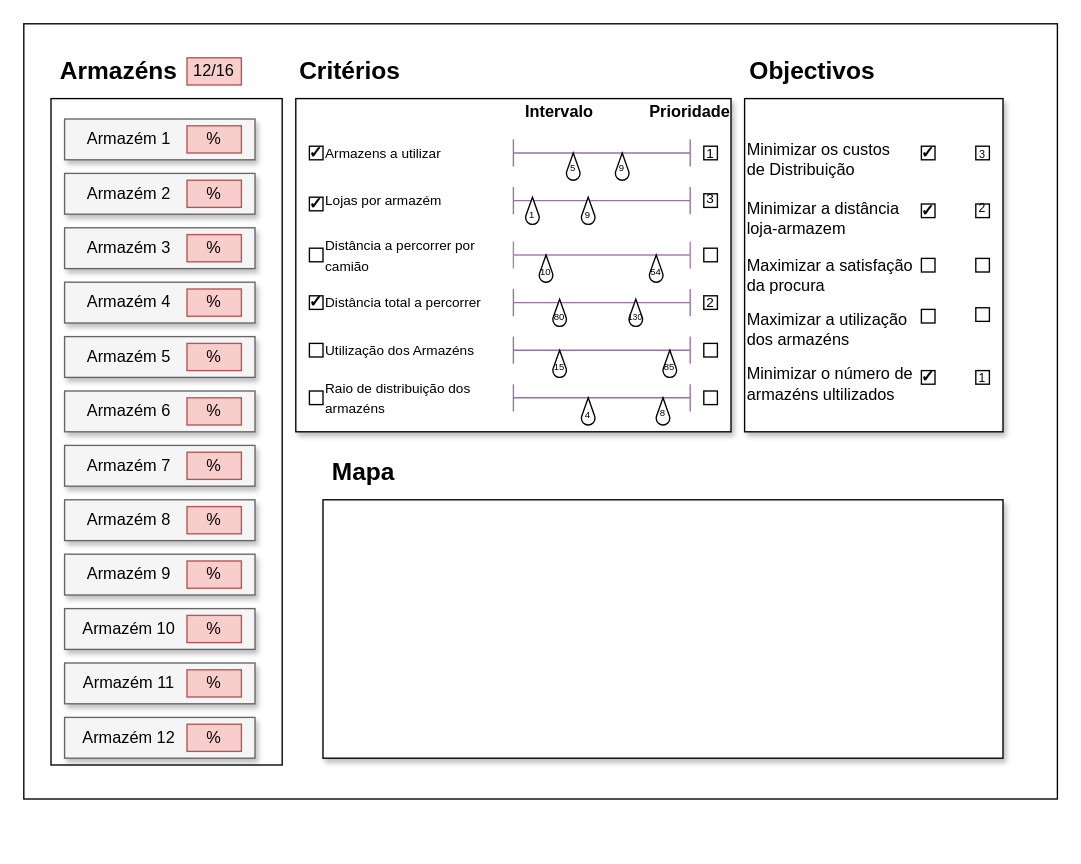
Above: page "Main screen" (1 of 2) of Untitled Diagram.drawio in ertykiko/SADE (draw.io), before the change. Source tidied: cells renumbered, new cells numbered last; positions are measured from the earlier drawing's top-left corner, leaving out a move shared by most shapes. Both pictures are drawn from the tidied source at 136%, with x=0, y=0 at pixel (23, 23).
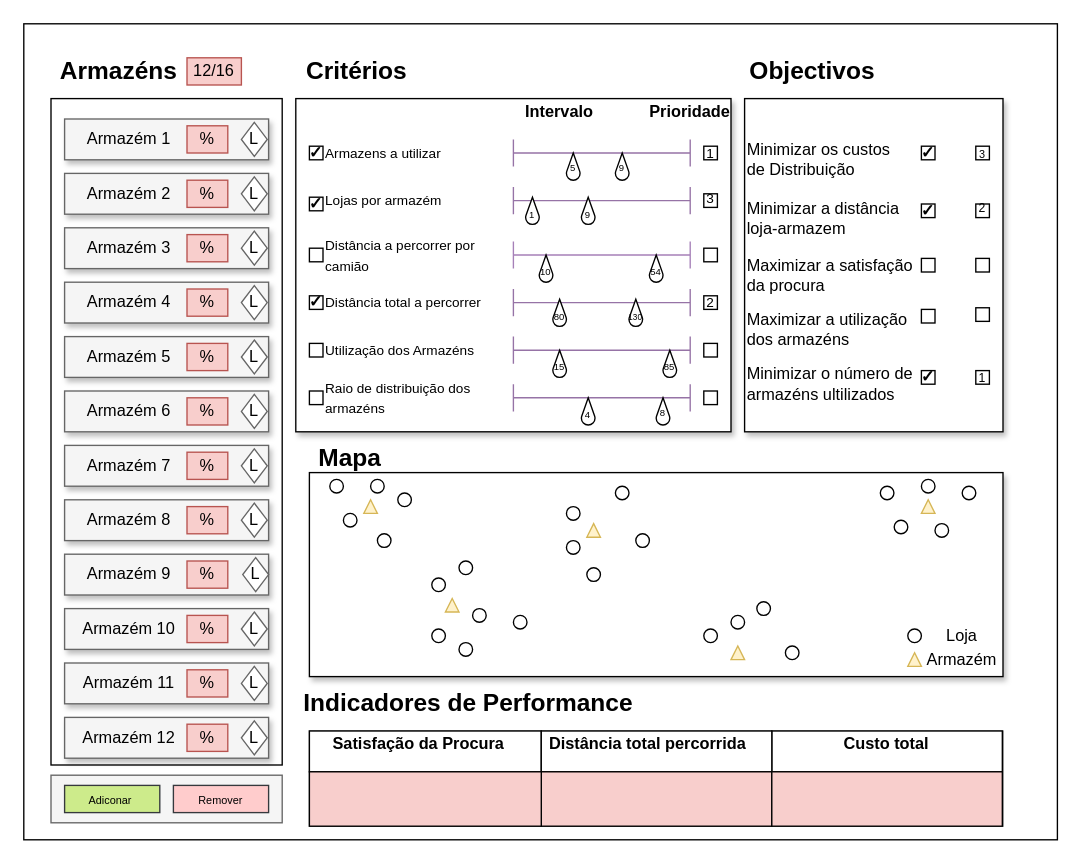
The same diagram, later.

Change to the diagram source:
```diff
@@
     <mxCell id="2" style="rounded=0;whiteSpace=wrap;html=1;" parent="1" vertex="1">
-      <mxGeometry width="760" height="570" as="geometry" />
+      <mxGeometry width="760" height="600" as="geometry" />
     </mxCell>
+    <mxCell id="119" style="rounded=0;whiteSpace=wrap;html=1;strokeColor=#666666;gradientColor=none;" parent="1" vertex="1">
+      <mxGeometry x="210" y="520" width="510" height="70" as="geometry" />
+    </mxCell>
+    <mxCell id="120" style="rounded=0;whiteSpace=wrap;html=1;" parent="1" vertex="1">
+      <mxGeometry x="210" y="520" width="170.5" height="30" as="geometry" />
+    </mxCell>
+    <mxCell id="121" style="rounded=0;whiteSpace=wrap;html=1;" parent="1" vertex="1">
+      <mxGeometry x="550" y="520" width="169.5" height="30" as="geometry" />
+    </mxCell>
+    <mxCell id="122" style="rounded=0;whiteSpace=wrap;html=1;" parent="1" vertex="1">
+      <mxGeometry x="380.5" y="520" width="169.5" height="30" as="geometry" />
+    </mxCell>
+    <mxCell id="123" style="rounded=0;whiteSpace=wrap;html=1;fillColor=#f5f5f5;strokeColor=#666666;" parent="1" vertex="1">
+      <mxGeometry x="20" y="552.5" width="170" height="35" as="geometry" />
+    </mxCell>
+    <mxCell id="124" style="rounded=0;whiteSpace=wrap;html=1;fillColor=#cdeb8b;strokeColor=#36393d;" parent="1" vertex="1">
+      <mxGeometry x="30" y="560" width="70" height="20" as="geometry" />
+    </mxCell>
+    <mxCell id="125" value="&lt;font style=&quot;font-size: 8px&quot;&gt;Adiconar&amp;nbsp;&lt;/font&gt;" style="text;html=1;strokeColor=none;fillColor=none;align=center;verticalAlign=middle;whiteSpace=wrap;rounded=0;" parent="1" vertex="1">
+      <mxGeometry x="30" y="560" width="70" height="20" as="geometry" />
+    </mxCell>
@@
     <mxCell id="4" style="rounded=0;whiteSpace=wrap;html=1;fillColor=#f5f5f5;strokeColor=#666666;fontColor=#333333;shadow=1;" parent="1" vertex="1">
-      <mxGeometry x="30" y="110" width="140" height="30" as="geometry" />
+      <mxGeometry x="30" y="110" width="150" height="30" as="geometry" />
     </mxCell>
     <mxCell id="5" style="rounded=0;whiteSpace=wrap;html=1;fillColor=#f5f5f5;strokeColor=#666666;fontColor=#333333;shadow=1;" parent="1" vertex="1">
-      <mxGeometry x="30" y="150" width="140" height="30" as="geometry" />
+      <mxGeometry x="30" y="150" width="150" height="30" as="geometry" />
     </mxCell>
     <mxCell id="6" style="rounded=0;whiteSpace=wrap;html=1;fillColor=#f5f5f5;strokeColor=#666666;fontColor=#333333;shadow=1;" parent="1" vertex="1">
-      <mxGeometry x="30" y="190" width="140" height="30" as="geometry" />
+      <mxGeometry x="30" y="190" width="150" height="30" as="geometry" />
     </mxCell>
     <mxCell id="7" style="rounded=0;whiteSpace=wrap;html=1;fillColor=#f5f5f5;strokeColor=#666666;fontColor=#333333;shadow=1;" parent="1" vertex="1">
-      <mxGeometry x="30" y="230" width="140" height="30" as="geometry" />
+      <mxGeometry x="30" y="230" width="150" height="30" as="geometry" />
     </mxCell>
     <mxCell id="8" style="rounded=0;whiteSpace=wrap;html=1;fillColor=#f5f5f5;strokeColor=#666666;fontColor=#333333;shadow=1;" parent="1" vertex="1">
-      <mxGeometry x="30" y="310" width="140" height="30" as="geometry" />
+      <mxGeometry x="30" y="310" width="150" height="30" as="geometry" />
     </mxCell>
     <mxCell id="9" style="rounded=0;whiteSpace=wrap;html=1;fillColor=#f5f5f5;strokeColor=#666666;fontColor=#333333;shadow=1;" parent="1" vertex="1">
-      <mxGeometry x="30" y="270" width="140" height="30" as="geometry" />
+      <mxGeometry x="30" y="270" width="150" height="30" as="geometry" />
     </mxCell>
     <mxCell id="10" style="rounded=0;whiteSpace=wrap;html=1;fillColor=#f5f5f5;strokeColor=#666666;fontColor=#333333;shadow=1;" parent="1" vertex="1">
-      <mxGeometry x="30" y="70" width="140" height="30" as="geometry" />
+      <mxGeometry x="30" y="70" width="150" height="30" as="geometry" />
     </mxCell>
@@
     <mxCell id="18" value="&lt;div align=&quot;left&quot;&gt;&lt;br&gt;&lt;/div&gt;" style="rounded=0;whiteSpace=wrap;html=1;fillColor=#f5f5f5;strokeColor=#666666;fontColor=#333333;shadow=1;" parent="1" vertex="1">
-      <mxGeometry x="30" y="350" width="140" height="30" as="geometry" />
+      <mxGeometry x="30" y="350" width="150" height="30" as="geometry" />
     </mxCell>
     <mxCell id="19" style="rounded=0;whiteSpace=wrap;html=1;fillColor=#f5f5f5;strokeColor=#666666;fontColor=#333333;shadow=1;" parent="1" vertex="1">
-      <mxGeometry x="30" y="390" width="140" height="30" as="geometry" />
+      <mxGeometry x="30" y="390" width="150" height="30" as="geometry" />
     </mxCell>
     <mxCell id="20" style="rounded=0;whiteSpace=wrap;html=1;fillColor=#f5f5f5;strokeColor=#666666;fontColor=#333333;shadow=1;" parent="1" vertex="1">
-      <mxGeometry x="30" y="430" width="140" height="30" as="geometry" />
+      <mxGeometry x="30" y="430" width="150" height="30" as="geometry" />
     </mxCell>
     <mxCell id="21" style="rounded=0;whiteSpace=wrap;html=1;fillColor=#f5f5f5;strokeColor=#666666;fontColor=#333333;shadow=1;" parent="1" vertex="1">
-      <mxGeometry x="30" y="470" width="140" height="30" as="geometry" />
+      <mxGeometry x="30" y="470" width="150" height="30" as="geometry" />
     </mxCell>
@@
     <mxCell id="26" value="%" style="text;html=1;strokeColor=#b85450;fillColor=#f8cecc;align=center;verticalAlign=middle;whiteSpace=wrap;rounded=0;" parent="1" vertex="1">
-      <mxGeometry x="120" y="75" width="40" height="20" as="geometry" />
+      <mxGeometry x="120" y="75" width="30" height="20" as="geometry" />
     </mxCell>
     <mxCell id="27" value="%" style="text;html=1;strokeColor=#b85450;fillColor=#f8cecc;align=center;verticalAlign=middle;whiteSpace=wrap;rounded=0;" parent="1" vertex="1">
-      <mxGeometry x="120" y="115" width="40" height="20" as="geometry" />
+      <mxGeometry x="120" y="115" width="30" height="20" as="geometry" />
     </mxCell>
     <mxCell id="28" value="%" style="text;html=1;strokeColor=#b85450;fillColor=#f8cecc;align=center;verticalAlign=middle;whiteSpace=wrap;rounded=0;" parent="1" vertex="1">
-      <mxGeometry x="120" y="155" width="40" height="20" as="geometry" />
+      <mxGeometry x="120" y="155" width="30" height="20" as="geometry" />
     </mxCell>
     <mxCell id="29" value="%" style="text;html=1;strokeColor=#b85450;fillColor=#f8cecc;align=center;verticalAlign=middle;whiteSpace=wrap;rounded=0;" parent="1" vertex="1">
-      <mxGeometry x="120" y="195" width="40" height="20" as="geometry" />
+      <mxGeometry x="120" y="195" width="30" height="20" as="geometry" />
     </mxCell>
     <mxCell id="30" value="%" style="text;html=1;strokeColor=#b85450;fillColor=#f8cecc;align=center;verticalAlign=middle;whiteSpace=wrap;rounded=0;" parent="1" vertex="1">
-      <mxGeometry x="120" y="235" width="40" height="20" as="geometry" />
+      <mxGeometry x="120" y="235" width="30" height="20" as="geometry" />
     </mxCell>
     <mxCell id="31" value="%" style="text;html=1;strokeColor=#b85450;fillColor=#f8cecc;align=center;verticalAlign=middle;whiteSpace=wrap;rounded=0;" parent="1" vertex="1">
-      <mxGeometry x="120" y="275" width="40" height="20" as="geometry" />
+      <mxGeometry x="120" y="275" width="30" height="20" as="geometry" />
     </mxCell>
     <mxCell id="32" value="%" style="text;html=1;strokeColor=#b85450;fillColor=#f8cecc;align=center;verticalAlign=middle;whiteSpace=wrap;rounded=0;" parent="1" vertex="1">
-      <mxGeometry x="120" y="315" width="40" height="20" as="geometry" />
+      <mxGeometry x="120" y="315" width="30" height="20" as="geometry" />
     </mxCell>
     <mxCell id="33" value="%" style="text;html=1;strokeColor=#b85450;fillColor=#f8cecc;align=center;verticalAlign=middle;whiteSpace=wrap;rounded=0;" parent="1" vertex="1">
-      <mxGeometry x="120" y="355" width="40" height="20" as="geometry" />
+      <mxGeometry x="120" y="355" width="30" height="20" as="geometry" />
     </mxCell>
     <mxCell id="34" value="%" style="text;html=1;strokeColor=#b85450;fillColor=#f8cecc;align=center;verticalAlign=middle;whiteSpace=wrap;rounded=0;" parent="1" vertex="1">
-      <mxGeometry x="120" y="395" width="40" height="20" as="geometry" />
+      <mxGeometry x="120" y="395" width="30" height="20" as="geometry" />
     </mxCell>
     <mxCell id="35" value="%" style="text;html=1;strokeColor=#b85450;fillColor=#f8cecc;align=center;verticalAlign=middle;whiteSpace=wrap;rounded=0;" parent="1" vertex="1">
-      <mxGeometry x="120" y="475" width="40" height="20" as="geometry" />
+      <mxGeometry x="120" y="475" width="30" height="20" as="geometry" />
     </mxCell>
     <mxCell id="36" value="%" style="text;html=1;strokeColor=#b85450;fillColor=#f8cecc;align=center;verticalAlign=middle;whiteSpace=wrap;rounded=0;" parent="1" vertex="1">
-      <mxGeometry x="120" y="435" width="40" height="20" as="geometry" />
+      <mxGeometry x="120" y="435" width="30" height="20" as="geometry" />
     </mxCell>
     <mxCell id="37" style="rounded=0;whiteSpace=wrap;html=1;fillColor=#f5f5f5;strokeColor=#666666;fontColor=#333333;shadow=1;" parent="1" vertex="1">
-      <mxGeometry x="30" y="510" width="140" height="30" as="geometry" />
+      <mxGeometry x="30" y="510" width="150" height="30" as="geometry" />
     </mxCell>
@@
     <mxCell id="39" value="%" style="text;html=1;strokeColor=#b85450;fillColor=#f8cecc;align=center;verticalAlign=middle;whiteSpace=wrap;rounded=0;" parent="1" vertex="1">
-      <mxGeometry x="120" y="515" width="40" height="20" as="geometry" />
+      <mxGeometry x="120" y="515" width="30" height="20" as="geometry" />
     </mxCell>
@@
     <mxCell id="44" value="&lt;font style=&quot;font-size: 18px&quot;&gt;&lt;b&gt;Critérios&lt;/b&gt;&lt;/font&gt;" style="text;html=1;strokeColor=none;fillColor=none;align=center;verticalAlign=middle;whiteSpace=wrap;rounded=0;shadow=1;" parent="1" vertex="1">
-      <mxGeometry x="220" y="25" width="40" height="20" as="geometry" />
+      <mxGeometry x="225" y="25" width="40" height="20" as="geometry" />
     </mxCell>
@@
     <mxCell id="46" style="rounded=0;whiteSpace=wrap;html=1;shadow=1;" parent="1" vertex="1">
-      <mxGeometry x="220" y="350" width="500" height="190" as="geometry" />
+      <mxGeometry x="210" y="330" width="510" height="150" as="geometry" />
     </mxCell>
     <mxCell id="47" value="&lt;b&gt;&lt;font style=&quot;font-size: 18px&quot;&gt;Mapa&lt;/font&gt;&lt;/b&gt;" style="text;html=1;strokeColor=none;fillColor=none;align=center;verticalAlign=middle;whiteSpace=wrap;rounded=0;shadow=1;" parent="1" vertex="1">
-      <mxGeometry x="230" y="320" width="40" height="20" as="geometry" />
+      <mxGeometry x="220" y="310" width="40" height="20" as="geometry" />
     </mxCell>
@@
+    <mxCell id="126" value="L" style="rhombus;whiteSpace=wrap;html=1;strokeColor=#666666;gradientColor=none;" parent="1" vertex="1">
+      <mxGeometry x="160" y="312.5" width="19" height="25" as="geometry" />
+    </mxCell>
+    <mxCell id="127" value="L" style="rhombus;whiteSpace=wrap;html=1;strokeColor=#666666;gradientColor=none;" parent="1" vertex="1">
+      <mxGeometry x="160" y="112.5" width="19" height="25" as="geometry" />
+    </mxCell>
+    <mxCell id="128" value="L" style="rhombus;whiteSpace=wrap;html=1;strokeColor=#666666;gradientColor=none;" parent="1" vertex="1">
+      <mxGeometry x="160" y="272.5" width="19" height="25" as="geometry" />
+    </mxCell>
+    <mxCell id="129" value="L" style="rhombus;whiteSpace=wrap;html=1;strokeColor=#666666;gradientColor=none;" parent="1" vertex="1">
+      <mxGeometry x="160" y="232.5" width="19" height="25" as="geometry" />
+    </mxCell>
+    <mxCell id="130" value="L" style="rhombus;whiteSpace=wrap;html=1;strokeColor=#666666;gradientColor=none;" parent="1" vertex="1">
+      <mxGeometry x="160" y="192.5" width="19" height="25" as="geometry" />
+    </mxCell>
+    <mxCell id="131" value="L" style="rhombus;whiteSpace=wrap;html=1;strokeColor=#666666;gradientColor=none;" parent="1" vertex="1">
+      <mxGeometry x="160" y="72.5" width="19" height="25" as="geometry" />
+    </mxCell>
+    <mxCell id="132" value="L" style="rhombus;whiteSpace=wrap;html=1;strokeColor=#666666;gradientColor=none;" parent="1" vertex="1">
+      <mxGeometry x="160" y="152.5" width="19" height="25" as="geometry" />
+    </mxCell>
+    <mxCell id="133" value="L" style="rhombus;whiteSpace=wrap;html=1;strokeColor=#666666;gradientColor=none;" parent="1" vertex="1">
+      <mxGeometry x="161" y="392.5" width="19" height="25" as="geometry" />
+    </mxCell>
+    <mxCell id="134" value="L" style="rhombus;whiteSpace=wrap;html=1;strokeColor=#666666;gradientColor=none;" parent="1" vertex="1">
+      <mxGeometry x="160" y="352.5" width="19" height="25" as="geometry" />
+    </mxCell>
+    <mxCell id="135" value="L" style="rhombus;whiteSpace=wrap;html=1;strokeColor=#666666;gradientColor=none;" parent="1" vertex="1">
+      <mxGeometry x="160" y="472.5" width="19" height="25" as="geometry" />
+    </mxCell>
+    <mxCell id="136" value="L" style="rhombus;whiteSpace=wrap;html=1;strokeColor=#666666;gradientColor=none;" parent="1" vertex="1">
+      <mxGeometry x="160" y="432.5" width="19" height="25" as="geometry" />
+    </mxCell>
+    <mxCell id="137" value="L" style="rhombus;whiteSpace=wrap;html=1;strokeColor=#666666;gradientColor=none;" parent="1" vertex="1">
+      <mxGeometry x="160" y="512.5" width="19" height="25" as="geometry" />
+    </mxCell>
+    <mxCell id="138" value="&lt;font style=&quot;font-size: 8px&quot;&gt;Remover&lt;br&gt;&lt;/font&gt;" style="rounded=0;whiteSpace=wrap;html=1;strokeColor=#36393d;fillColor=#ffcccc;" parent="1" vertex="1">
+      <mxGeometry x="110" y="560" width="70" height="20" as="geometry" />
+    </mxCell>
+    <mxCell id="139" value="&lt;b&gt;Distância total percorrida&lt;/b&gt;" style="text;html=1;strokeColor=none;fillColor=none;align=center;verticalAlign=middle;whiteSpace=wrap;rounded=0;" parent="1" vertex="1">
+      <mxGeometry x="379" y="520" width="160" height="20" as="geometry" />
+    </mxCell>
+    <mxCell id="140" value="&lt;div style=&quot;font-size: 18px&quot; align=&quot;left&quot;&gt;&lt;font style=&quot;font-size: 18px&quot;&gt;&lt;b&gt;Indicadores de Performance &lt;/b&gt;&lt;/font&gt;&lt;/div&gt;" style="text;html=1;strokeColor=none;fillColor=none;align=left;verticalAlign=middle;whiteSpace=wrap;rounded=0;" parent="1" vertex="1">
+      <mxGeometry x="204" y="490" width="246" height="20" as="geometry" />
+    </mxCell>
+    <mxCell id="141" value="&lt;b&gt;Custo total&lt;/b&gt;" style="text;html=1;strokeColor=none;fillColor=none;align=center;verticalAlign=middle;whiteSpace=wrap;rounded=0;" parent="1" vertex="1">
+      <mxGeometry x="544.2" y="520" width="181" height="20" as="geometry" />
+    </mxCell>
+    <mxCell id="142" value="&lt;b&gt;Satisfação da Procura&lt;/b&gt;" style="text;html=1;strokeColor=none;fillColor=none;align=center;verticalAlign=middle;whiteSpace=wrap;rounded=0;" parent="1" vertex="1">
+      <mxGeometry x="199.5" y="520" width="181" height="20" as="geometry" />
+    </mxCell>
+    <mxCell id="143" style="rounded=0;whiteSpace=wrap;html=1;fillColor=#f8cecc;" parent="1" vertex="1">
+      <mxGeometry x="380.5" y="550" width="169.5" height="40" as="geometry" />
+    </mxCell>
+    <mxCell id="144" style="rounded=0;whiteSpace=wrap;html=1;fillColor=#f8cecc;" parent="1" vertex="1">
+      <mxGeometry x="550" y="550" width="169.5" height="40" as="geometry" />
+    </mxCell>
+    <mxCell id="145" style="rounded=0;whiteSpace=wrap;html=1;fillColor=#f8cecc;" parent="1" vertex="1">
+      <mxGeometry x="210" y="550" width="170.5" height="40" as="geometry" />
+    </mxCell>
+    <mxCell id="146" style="triangle;whiteSpace=wrap;html=1;strokeColor=#d6b656;rotation=90;direction=west;fillColor=#fff2cc;" parent="1" vertex="1">
+      <mxGeometry x="250" y="350" width="10" height="10" as="geometry" />
+    </mxCell>
+    <mxCell id="147" style="ellipse;whiteSpace=wrap;html=1;strokeColor=#000000;" parent="1" vertex="1">
+      <mxGeometry x="275" y="345" width="10" height="10" as="geometry" />
+    </mxCell>
+    <mxCell id="148" style="ellipse;whiteSpace=wrap;html=1;strokeColor=#000000;" parent="1" vertex="1">
+      <mxGeometry x="260" y="375" width="10" height="10" as="geometry" />
+    </mxCell>
+    <mxCell id="149" style="ellipse;whiteSpace=wrap;html=1;strokeColor=#000000;" parent="1" vertex="1">
+      <mxGeometry x="235" y="360" width="10" height="10" as="geometry" />
+    </mxCell>
+    <mxCell id="150" style="ellipse;whiteSpace=wrap;html=1;strokeColor=#000000;" parent="1" vertex="1">
+      <mxGeometry x="225" y="335" width="10" height="10" as="geometry" />
+    </mxCell>
+    <mxCell id="151" style="ellipse;whiteSpace=wrap;html=1;strokeColor=#000000;" parent="1" vertex="1">
+      <mxGeometry x="255" y="335" width="10" height="10" as="geometry" />
+    </mxCell>
+    <mxCell id="152" style="triangle;whiteSpace=wrap;html=1;strokeColor=#d6b656;rotation=90;direction=west;fillColor=#fff2cc;" parent="1" vertex="1">
+      <mxGeometry x="310" y="422.5" width="10" height="10" as="geometry" />
+    </mxCell>
+    <mxCell id="153" style="ellipse;whiteSpace=wrap;html=1;strokeColor=#000000;" parent="1" vertex="1">
+      <mxGeometry x="320" y="395" width="10" height="10" as="geometry" />
+    </mxCell>
+    <mxCell id="154" style="ellipse;whiteSpace=wrap;html=1;strokeColor=#000000;" parent="1" vertex="1">
+      <mxGeometry x="300" y="407.5" width="10" height="10" as="geometry" />
+    </mxCell>
+    <mxCell id="155" style="ellipse;whiteSpace=wrap;html=1;strokeColor=#000000;" parent="1" vertex="1">
+      <mxGeometry x="330" y="430" width="10" height="10" as="geometry" />
+    </mxCell>
+    <mxCell id="156" style="ellipse;whiteSpace=wrap;html=1;strokeColor=#000000;" parent="1" vertex="1">
+      <mxGeometry x="300" y="445" width="10" height="10" as="geometry" />
+    </mxCell>
+    <mxCell id="157" style="ellipse;whiteSpace=wrap;html=1;strokeColor=#000000;" parent="1" vertex="1">
+      <mxGeometry x="320" y="455" width="10" height="10" as="geometry" />
+    </mxCell>
+    <mxCell id="158" style="triangle;whiteSpace=wrap;html=1;strokeColor=#d6b656;rotation=90;direction=west;fillColor=#fff2cc;" parent="1" vertex="1">
+      <mxGeometry x="414" y="367.5" width="10" height="10" as="geometry" />
+    </mxCell>
+    <mxCell id="159" style="ellipse;whiteSpace=wrap;html=1;strokeColor=#000000;" parent="1" vertex="1">
+      <mxGeometry x="450" y="375" width="10" height="10" as="geometry" />
+    </mxCell>
+    <mxCell id="160" style="ellipse;whiteSpace=wrap;html=1;strokeColor=#000000;" parent="1" vertex="1">
+      <mxGeometry x="435" y="340" width="10" height="10" as="geometry" />
+    </mxCell>
+    <mxCell id="161" style="ellipse;whiteSpace=wrap;html=1;strokeColor=#000000;" parent="1" vertex="1">
+      <mxGeometry x="399" y="380" width="10" height="10" as="geometry" />
+    </mxCell>
+    <mxCell id="162" style="ellipse;whiteSpace=wrap;html=1;strokeColor=#000000;" parent="1" vertex="1">
+      <mxGeometry x="360" y="435" width="10" height="10" as="geometry" />
+    </mxCell>
+    <mxCell id="163" style="ellipse;whiteSpace=wrap;html=1;strokeColor=#000000;" parent="1" vertex="1">
+      <mxGeometry x="414" y="400" width="10" height="10" as="geometry" />
+    </mxCell>
+    <mxCell id="164" style="ellipse;whiteSpace=wrap;html=1;strokeColor=#000000;" parent="1" vertex="1">
+      <mxGeometry x="399" y="355" width="10" height="10" as="geometry" />
+    </mxCell>
+    <mxCell id="165" style="triangle;whiteSpace=wrap;html=1;strokeColor=#d6b656;rotation=90;direction=west;fillColor=#fff2cc;" parent="1" vertex="1">
+      <mxGeometry x="520" y="457.5" width="10" height="10" as="geometry" />
+    </mxCell>
+    <mxCell id="166" style="ellipse;whiteSpace=wrap;html=1;strokeColor=#000000;" parent="1" vertex="1">
+      <mxGeometry x="520" y="435" width="10" height="10" as="geometry" />
+    </mxCell>
+    <mxCell id="167" style="ellipse;whiteSpace=wrap;html=1;strokeColor=#000000;" parent="1" vertex="1">
+      <mxGeometry x="560" y="457.5" width="10" height="10" as="geometry" />
+    </mxCell>
+    <mxCell id="168" style="ellipse;whiteSpace=wrap;html=1;strokeColor=#000000;" parent="1" vertex="1">
+      <mxGeometry x="500" y="445" width="10" height="10" as="geometry" />
+    </mxCell>
+    <mxCell id="169" style="ellipse;whiteSpace=wrap;html=1;strokeColor=#000000;" parent="1" vertex="1">
+      <mxGeometry x="539" y="425" width="10" height="10" as="geometry" />
+    </mxCell>
+    <mxCell id="170" style="triangle;whiteSpace=wrap;html=1;strokeColor=#d6b656;rotation=90;direction=west;fillColor=#fff2cc;" parent="1" vertex="1">
+      <mxGeometry x="660" y="350" width="10" height="10" as="geometry" />
+    </mxCell>
+    <mxCell id="171" style="ellipse;whiteSpace=wrap;html=1;strokeColor=#000000;" parent="1" vertex="1">
+      <mxGeometry x="629.8" y="340" width="10" height="10" as="geometry" />
+    </mxCell>
+    <mxCell id="172" style="ellipse;whiteSpace=wrap;html=1;strokeColor=#000000;" parent="1" vertex="1">
+      <mxGeometry x="690" y="340" width="10" height="10" as="geometry" />
+    </mxCell>
+    <mxCell id="173" style="ellipse;whiteSpace=wrap;html=1;strokeColor=#000000;" parent="1" vertex="1">
+      <mxGeometry x="670" y="367.5" width="10" height="10" as="geometry" />
+    </mxCell>
+    <mxCell id="174" style="ellipse;whiteSpace=wrap;html=1;strokeColor=#000000;" parent="1" vertex="1">
+      <mxGeometry x="640" y="365" width="10" height="10" as="geometry" />
+    </mxCell>
+    <mxCell id="175" style="ellipse;whiteSpace=wrap;html=1;strokeColor=#000000;" parent="1" vertex="1">
+      <mxGeometry x="660" y="335" width="10" height="10" as="geometry" />
+    </mxCell>
+    <mxCell id="176" style="ellipse;whiteSpace=wrap;html=1;strokeColor=#000000;" parent="1" vertex="1">
+      <mxGeometry x="650" y="445" width="10" height="10" as="geometry" />
+    </mxCell>
+    <mxCell id="177" style="triangle;whiteSpace=wrap;html=1;strokeColor=#d6b656;rotation=90;direction=west;fillColor=#fff2cc;" parent="1" vertex="1">
+      <mxGeometry x="650" y="462.5" width="10" height="10" as="geometry" />
+    </mxCell>
+    <mxCell id="178" value="&lt;div&gt;Loja&lt;/div&gt;" style="text;html=1;strokeColor=none;fillColor=none;align=center;verticalAlign=middle;whiteSpace=wrap;rounded=0;" parent="1" vertex="1">
+      <mxGeometry x="670" y="440" width="40" height="20" as="geometry" />
+    </mxCell>
+    <mxCell id="179" value="Armazém" style="text;html=1;strokeColor=none;fillColor=none;align=center;verticalAlign=middle;whiteSpace=wrap;rounded=0;" parent="1" vertex="1">
+      <mxGeometry x="670" y="457.5" width="40" height="20" as="geometry" />
+    </mxCell>
```
